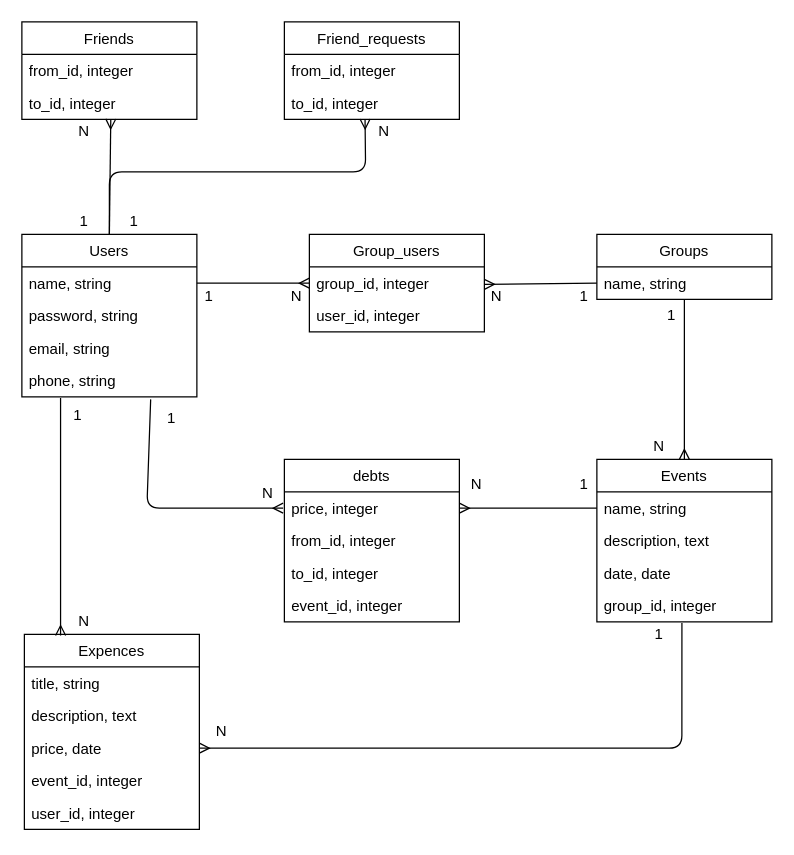
mizuki0201/minwari-backend keeps this draw.io diagram as minwari_db.drawio. Above is the earlier version. Source tidied: cells renumbered, new cells numbered last; positions are measured from the earlier drawing's top-left corner, leaving out a move shared by most shapes. Both pictures are drawn from the tidied source at 125%, with x=0, y=0 at pixel (21, 21).
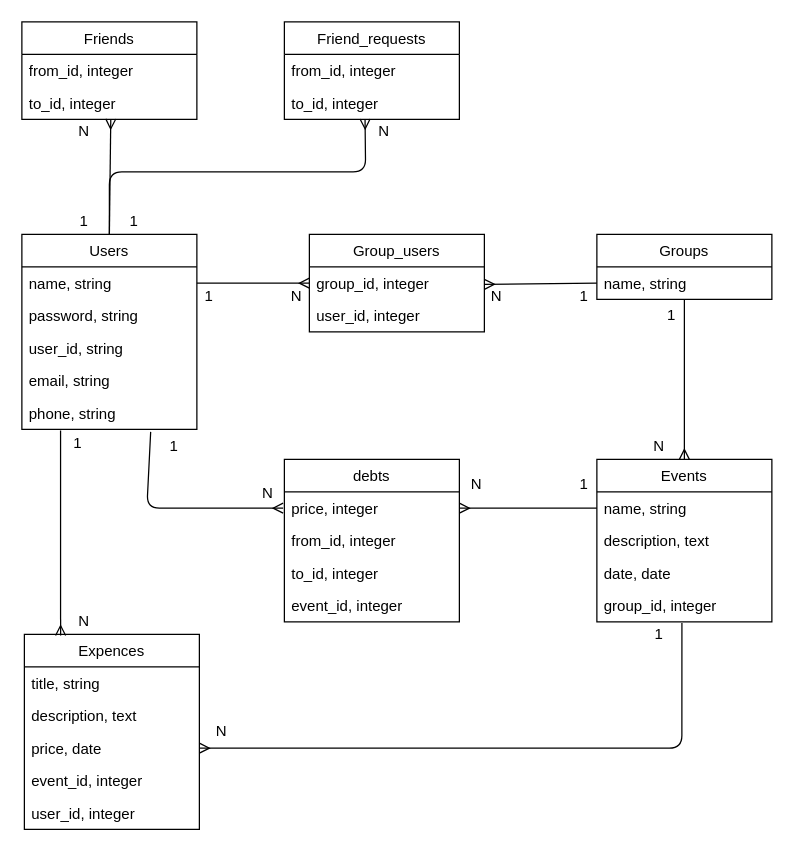
The same page after the edit.

Change to the diagram source:
```diff
@@
     <mxCell id="2" value="Users" style="swimlane;fontStyle=0;horizontal=1;startSize=26;" parent="1" vertex="1">
-      <mxGeometry y="170" width="140" height="130" as="geometry" />
+      <mxGeometry y="170" width="140" height="156" as="geometry" />
     </mxCell>
@@
+    <mxCell id="61" value="user_id, string" style="text;strokeColor=none;fillColor=none;align=left;verticalAlign=top;spacingLeft=4;spacingRight=4;overflow=hidden;" parent="2" vertex="1">
+      <mxGeometry y="78" width="140" height="26" as="geometry" />
+    </mxCell>
     <mxCell id="5" value="email, string" style="text;strokeColor=none;fillColor=none;align=left;verticalAlign=top;spacingLeft=4;spacingRight=4;overflow=hidden;" parent="2" vertex="1">
-      <mxGeometry y="78" width="140" height="26" as="geometry" />
+      <mxGeometry y="104" width="140" height="26" as="geometry" />
     </mxCell>
     <mxCell id="6" value="phone, string" style="text;strokeColor=none;fillColor=none;align=left;verticalAlign=top;spacingLeft=4;spacingRight=4;overflow=hidden;points=[[0,0.5],[1,0.5]];portConstraint=eastwest;" parent="2" vertex="1">
-      <mxGeometry y="104" width="140" height="26" as="geometry" />
+      <mxGeometry y="130" width="140" height="26" as="geometry" />
     </mxCell>
@@
     <mxCell id="36" value="1" style="text;html=1;strokeColor=none;fillColor=none;align=center;verticalAlign=middle;whiteSpace=wrap;rounded=0;" parent="1" vertex="1">
-      <mxGeometry x="25" y="305" width="40" height="20" as="geometry" />
+      <mxGeometry x="25" y="327" width="40" height="20" as="geometry" />
     </mxCell>
@@
     <mxCell id="44" value="1" style="text;html=1;strokeColor=none;fillColor=none;align=center;verticalAlign=middle;whiteSpace=wrap;rounded=0;" parent="1" vertex="1">
-      <mxGeometry x="100" y="307" width="40" height="20" as="geometry" />
+      <mxGeometry x="102" y="330" width="40" height="20" as="geometry" />
     </mxCell>
```
